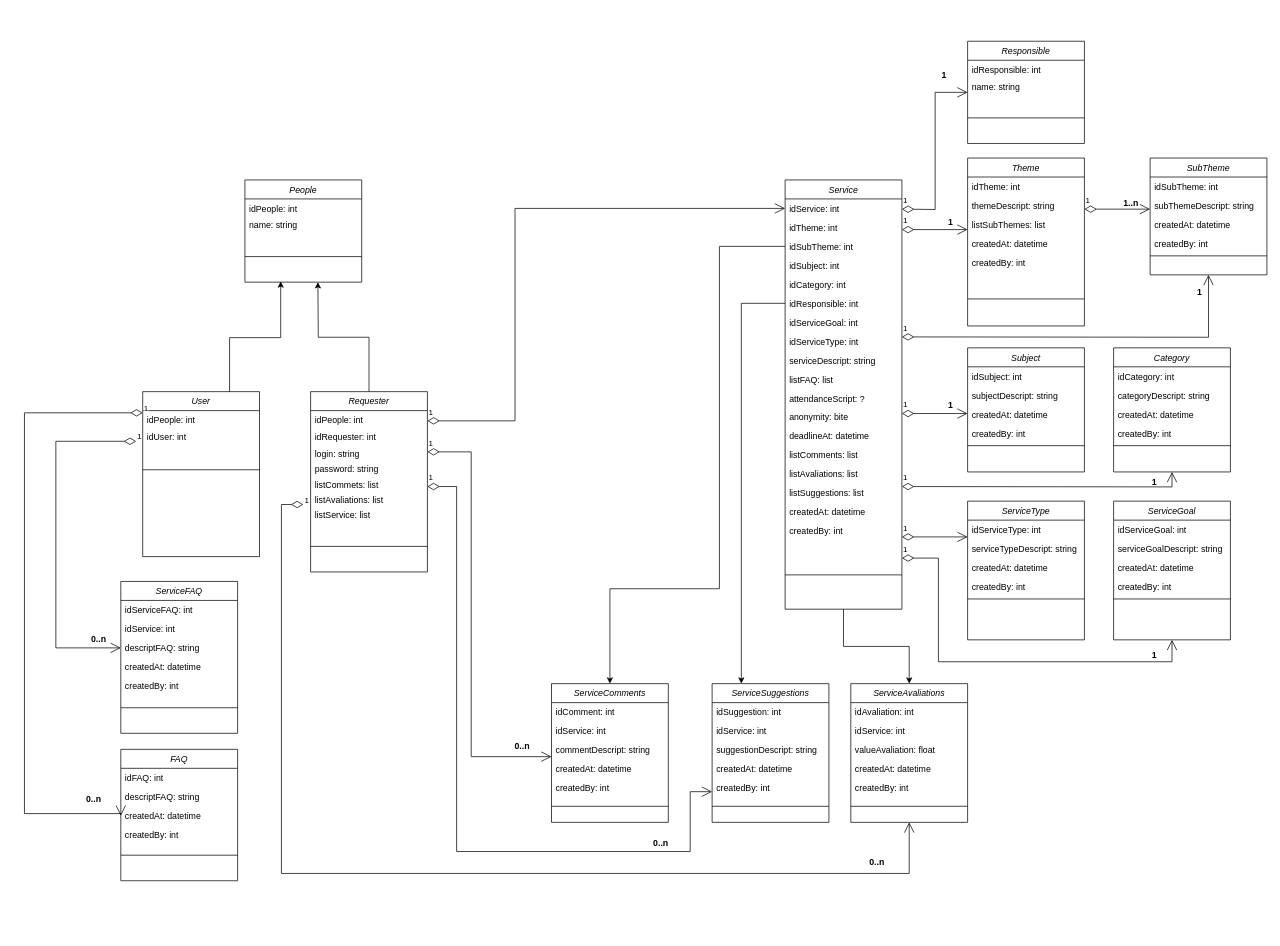
Earlier version of the draw.io diagram diagramaclasseCMS.drawio (scsoliveira/POO-CSharp). Source tidied: cells renumbered, new cells numbered last; positions are measured from the earlier drawing's top-left corner, leaving out a move shared by most shapes. Both pictures are drawn from the tidied source at 73%, with x=0, y=0 at pixel (24, 41).
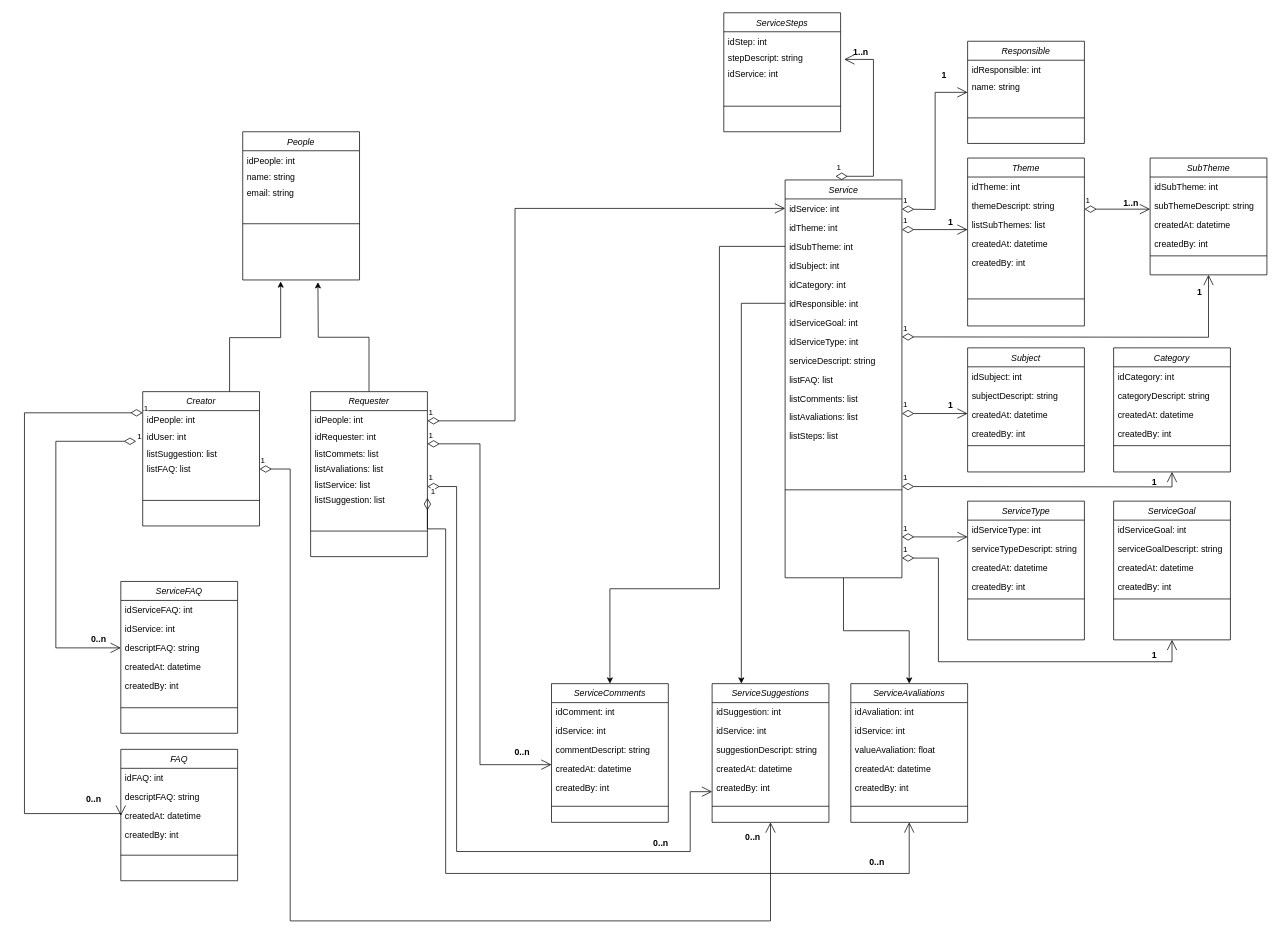
Above is the later version.

The change refers to these unchanged cells:
```xml
<mxCell id="6" value="createdAt: datetime" style="text;align=left;verticalAlign=top;spacingLeft=4;spacingRight=4;overflow=hidden;points=[[0,0.5],[1,0.5]];portConstraint=eastwest;rounded=0;shadow=0;html=0;" parent="2" vertex="1">
  <mxGeometry y="104" width="160" height="26" as="geometry" />
</mxCell>
<mxCell id="22" value="ServiceAvaliations" style="swimlane;fontStyle=2;align=center;verticalAlign=top;horizontal=1;startSize=26;rounded=0;shadow=0;strokeWidth=1;" parent="1" vertex="1">
  <mxGeometry x="1132" y="880" width="160" height="190" as="geometry" />
</mxCell>
<mxCell id="107" value="ServiceSuggestions" style="swimlane;fontStyle=2;align=center;verticalAlign=top;horizontal=1;startSize=26;rounded=0;shadow=0;strokeWidth=1;" parent="1" vertex="1">
  <mxGeometry x="942" y="880" width="160" height="190" as="geometry" />
</mxCell>
```

Change to the diagram source:
```diff
@@
-    <mxCell id="10" value="User" style="swimlane;fontStyle=2;align=center;verticalAlign=top;horizontal=1;startSize=26;rounded=0;shadow=0;strokeWidth=1;" parent="1" vertex="1">
-      <mxGeometry x="162" y="480" width="160" height="226" as="geometry" />
+    <mxCell id="10" value="Creator" style="swimlane;fontStyle=2;align=center;verticalAlign=top;horizontal=1;startSize=26;rounded=0;shadow=0;strokeWidth=1;" parent="1" vertex="1">
+      <mxGeometry x="162" y="480" width="160" height="184" as="geometry" />
     </mxCell>
@@
+    <mxCell id="145" value="listSuggestion: list" style="text;align=left;verticalAlign=top;spacingLeft=4;spacingRight=4;overflow=hidden;" parent="10" vertex="1">
+      <mxGeometry y="72" width="160" height="21" as="geometry" />
+    </mxCell>
+    <mxCell id="146" value="listFAQ: list" style="text;align=left;verticalAlign=top;spacingLeft=4;spacingRight=4;overflow=hidden;" parent="10" vertex="1">
+      <mxGeometry y="93" width="160" height="21" as="geometry" />
+    </mxCell>
     <mxCell id="14" style="line;html=1;strokeWidth=1;align=left;verticalAlign=middle;spacingTop=-1;spacingLeft=3;spacingRight=3;labelPosition=right;" parent="10" vertex="1">
-      <mxGeometry y="72" width="160" height="70" as="geometry" />
+      <mxGeometry y="114" width="160" height="70" as="geometry" />
     </mxCell>
@@
     <mxCell id="40" value="Service" style="swimlane;fontStyle=2;align=center;verticalAlign=top;horizontal=1;startSize=26;rounded=0;shadow=0;strokeWidth=1;" parent="1" vertex="1">
-      <mxGeometry x="1042" y="190" width="160" height="588" as="geometry" />
+      <mxGeometry x="1042" y="190" width="160" height="545" as="geometry" />
     </mxCell>
@@
-    <mxCell id="51" value="attendanceScript: ?" style="text;align=left;verticalAlign=top;spacingLeft=4;spacingRight=4;overflow=hidden;rounded=0;shadow=0;html=0;" parent="40" vertex="1">
-      <mxGeometry y="286" width="160" height="26" as="geometry" />
-    </mxCell>
-    <mxCell id="52" value="anonymity: bite" style="text;align=left;verticalAlign=top;spacingLeft=4;spacingRight=4;overflow=hidden;rounded=0;shadow=0;html=0;" parent="40" vertex="1">
-      <mxGeometry y="312" width="160" height="26" as="geometry" />
-    </mxCell>
-    <mxCell id="53" value="deadlineAt: datetime" style="text;align=left;verticalAlign=top;spacingLeft=4;spacingRight=4;overflow=hidden;rounded=0;shadow=0;html=0;" parent="40" vertex="1">
-      <mxGeometry y="338" width="160" height="26" as="geometry" />
-    </mxCell>
     <mxCell id="54" value="listComments: list" style="text;align=left;verticalAlign=top;spacingLeft=4;spacingRight=4;overflow=hidden;rounded=0;shadow=0;html=0;" parent="40" vertex="1">
-      <mxGeometry y="364" width="160" height="26" as="geometry" />
+      <mxGeometry y="286" width="160" height="26" as="geometry" />
     </mxCell>
     <mxCell id="55" value="listAvaliations: list" style="text;align=left;verticalAlign=top;spacingLeft=4;spacingRight=4;overflow=hidden;rounded=0;shadow=0;html=0;" parent="40" vertex="1">
-      <mxGeometry y="390" width="160" height="26" as="geometry" />
+      <mxGeometry y="312" width="160" height="26" as="geometry" />
     </mxCell>
-    <mxCell id="56" value="listSuggestions: list" style="text;align=left;verticalAlign=top;spacingLeft=4;spacingRight=4;overflow=hidden;rounded=0;shadow=0;html=0;" parent="40" vertex="1">
-      <mxGeometry y="416" width="160" height="26" as="geometry" />
-    </mxCell>
-    <mxCell id="57" value="createdAt: datetime" style="text;align=left;verticalAlign=top;spacingLeft=4;spacingRight=4;overflow=hidden;rounded=0;shadow=0;html=0;" parent="40" vertex="1">
-      <mxGeometry y="442" width="160" height="26" as="geometry" />
-    </mxCell>
-    <mxCell id="58" value="createdBy: int " style="text;align=left;verticalAlign=top;spacingLeft=4;spacingRight=4;overflow=hidden;rounded=0;shadow=0;html=0;" parent="40" vertex="1">
-      <mxGeometry y="468" width="160" height="26" as="geometry" />
-    </mxCell>
+    <mxCell id="147" value="listSteps: list" style="text;align=left;verticalAlign=top;spacingLeft=4;spacingRight=4;overflow=hidden;rounded=0;shadow=0;html=0;" parent="40" vertex="1">
+      <mxGeometry y="338" width="160" height="26" as="geometry" />
+    </mxCell>
     <mxCell id="59" style="line;html=1;strokeWidth=1;align=left;verticalAlign=middle;spacingTop=-1;spacingLeft=3;spacingRight=3;labelPosition=right;" parent="40" vertex="1">
-      <mxGeometry y="494" width="160" height="94" as="geometry" />
+      <mxGeometry y="364" width="160" height="121" as="geometry" />
     </mxCell>
@@
     <mxCell id="93" value="Requester" style="swimlane;fontStyle=2;align=center;verticalAlign=top;horizontal=1;startSize=26;rounded=0;shadow=0;strokeWidth=1;" parent="1" vertex="1">
-      <mxGeometry x="392" y="480" width="160" height="247" as="geometry" />
+      <mxGeometry x="392" y="480" width="160" height="226" as="geometry" />
     </mxCell>
@@
-    <mxCell id="96" value="login: string" style="text;align=left;verticalAlign=top;spacingLeft=4;spacingRight=4;overflow=hidden;points=[[0,0.5],[1,0.5]];portConstraint=eastwest;" parent="93" vertex="1">
-      <mxGeometry y="72" width="160" height="21" as="geometry" />
-    </mxCell>
-    <mxCell id="97" value="password: string" style="text;align=left;verticalAlign=top;spacingLeft=4;spacingRight=4;overflow=hidden;" parent="93" vertex="1">
-      <mxGeometry y="93" width="160" height="21" as="geometry" />
-    </mxCell>
     <mxCell id="98" value="listCommets: list" style="text;align=left;verticalAlign=top;spacingLeft=4;spacingRight=4;overflow=hidden;" parent="93" vertex="1">
-      <mxGeometry y="114" width="160" height="21" as="geometry" />
+      <mxGeometry y="72" width="160" height="21" as="geometry" />
     </mxCell>
     <mxCell id="99" value="listAvaliations: list" style="text;align=left;verticalAlign=top;spacingLeft=4;spacingRight=4;overflow=hidden;" parent="93" vertex="1">
-      <mxGeometry y="135" width="160" height="21" as="geometry" />
+      <mxGeometry y="93" width="160" height="21" as="geometry" />
     </mxCell>
-    <mxCell id="100" value="1" style="endArrow=open;html=1;endSize=12;startArrow=diamondThin;startSize=14;startFill=0;edgeStyle=orthogonalEdgeStyle;align=left;verticalAlign=bottom;rounded=0;entryX=0.5;entryY=1;entryDx=0;entryDy=0;" parent="93" edge="1" target="22">
-      <mxGeometry x="-1" y="3" relative="1" as="geometry">
-        <mxPoint x="-10" y="154.6" as="sourcePoint" />
-        <Array as="points">
-          <mxPoint x="-40" y="155" />
-          <mxPoint x="-40" y="660" />
-          <mxPoint x="820" y="660" />
-        </Array>
-      </mxGeometry>
-    </mxCell>
     <mxCell id="101" value="listService: list" style="text;align=left;verticalAlign=top;spacingLeft=4;spacingRight=4;overflow=hidden;" parent="93" vertex="1">
-      <mxGeometry y="156" width="160" height="21" as="geometry" />
+      <mxGeometry y="114" width="160" height="21" as="geometry" />
     </mxCell>
+    <mxCell id="148" value="listSuggestion: list" style="text;align=left;verticalAlign=top;spacingLeft=4;spacingRight=4;overflow=hidden;points=[[0,0.5],[1,0.5]];portConstraint=eastwest;" parent="93" vertex="1">
+      <mxGeometry y="135" width="160" height="21" as="geometry" />
+    </mxCell>
     <mxCell id="102" style="line;html=1;strokeWidth=1;align=left;verticalAlign=middle;spacingTop=-1;spacingLeft=3;spacingRight=3;labelPosition=right;" parent="93" vertex="1">
-      <mxGeometry y="177" width="160" height="70" as="geometry" />
+      <mxGeometry y="156" width="160" height="70" as="geometry" />
     </mxCell>
     <mxCell id="103" value="People" style="swimlane;fontStyle=2;align=center;verticalAlign=top;horizontal=1;startSize=26;rounded=0;shadow=0;strokeWidth=1;" parent="1" vertex="1">
-      <mxGeometry x="302" y="190" width="160" height="140" as="geometry" />
+      <mxGeometry x="299" y="124" width="160" height="203" as="geometry" />
     </mxCell>
@@
+    <mxCell id="149" value="email: string" style="text;align=left;verticalAlign=top;spacingLeft=4;spacingRight=4;overflow=hidden;" parent="103" vertex="1">
+      <mxGeometry y="70" width="160" height="21" as="geometry" />
+    </mxCell>
     <mxCell id="106" style="line;html=1;strokeWidth=1;align=left;verticalAlign=middle;spacingTop=-1;spacingLeft=3;spacingRight=3;labelPosition=right;" parent="103" vertex="1">
-      <mxGeometry y="70" width="160" height="70" as="geometry" />
+      <mxGeometry y="91" width="160" height="70" as="geometry" />
     </mxCell>
@@
-    <mxCell id="123" value="1" style="endArrow=open;html=1;endSize=12;startArrow=diamondThin;startSize=14;startFill=0;edgeStyle=orthogonalEdgeStyle;align=left;verticalAlign=bottom;rounded=0;entryX=0;entryY=-0.154;entryDx=0;entryDy=0;entryPerimeter=0;exitX=1;exitY=0.5;exitDx=0;exitDy=0;" parent="1" edge="1" source="96" target="6">
+    <mxCell id="123" value="1" style="endArrow=open;html=1;endSize=12;startArrow=diamondThin;startSize=14;startFill=0;edgeStyle=orthogonalEdgeStyle;align=left;verticalAlign=bottom;rounded=0;entryX=0;entryY=-0.154;entryDx=0;entryDy=0;entryPerimeter=0;exitX=1;exitY=0.5;exitDx=0;exitDy=0;" parent="1" edge="1">
       <mxGeometry x="-1" y="3" relative="1" as="geometry">
+        <mxPoint x="552" y="551.5" as="sourcePoint" />
+        <mxPoint x="722" y="991" as="targetPoint" />
         <Array as="points">
-          <mxPoint x="612" y="563" />
-          <mxPoint x="612" y="980" />
+          <mxPoint x="624" y="552" />
+          <mxPoint x="624" y="991" />
         </Array>
       </mxGeometry>
     </mxCell>
@@
     <mxCell id="142" value="0..n" style="text;align=center;fontStyle=1;verticalAlign=middle;spacingLeft=3;spacingRight=3;strokeColor=none;" parent="1" vertex="1">
-      <mxGeometry x="642" y="952" width="80" height="26" as="geometry" />
+      <mxGeometry x="642" y="960" width="80" height="26" as="geometry" />
     </mxCell>
@@
+    <mxCell id="100" value="1" style="endArrow=open;html=1;endSize=12;startArrow=diamondThin;startSize=14;startFill=0;edgeStyle=orthogonalEdgeStyle;align=left;verticalAlign=bottom;rounded=0;entryX=0.5;entryY=1;entryDx=0;entryDy=0;exitX=1;exitY=0.5;exitDx=0;exitDy=0;" parent="1" edge="1" source="148" target="22">
+      <mxGeometry x="-1" y="3" relative="1" as="geometry">
+        <Array as="points">
+          <mxPoint x="577" y="668" />
+          <mxPoint x="577" y="1140" />
+          <mxPoint x="1212" y="1140" />
+        </Array>
+      </mxGeometry>
+    </mxCell>
+    <mxCell id="150" value="1" style="endArrow=open;html=1;endSize=12;startArrow=diamondThin;startSize=14;startFill=0;edgeStyle=orthogonalEdgeStyle;align=left;verticalAlign=bottom;rounded=0;entryX=0.5;entryY=1;entryDx=0;entryDy=0;" parent="1" edge="1" target="107">
+      <mxGeometry x="-1" y="3" relative="1" as="geometry">
+        <mxPoint x="322" y="586" as="sourcePoint" />
+        <Array as="points">
+          <mxPoint x="364" y="586" />
+          <mxPoint x="364" y="1205" />
+          <mxPoint x="1022" y="1205" />
+        </Array>
+      </mxGeometry>
+    </mxCell>
+    <mxCell id="151" value="0..n" style="text;align=center;fontStyle=1;verticalAlign=middle;spacingLeft=3;spacingRight=3;strokeColor=none;" parent="1" vertex="1">
+      <mxGeometry x="958" y="1077" width="80" height="26" as="geometry" />
+    </mxCell>
+    <mxCell id="152" value="ServiceSteps" style="swimlane;fontStyle=2;align=center;verticalAlign=top;horizontal=1;startSize=26;rounded=0;shadow=0;strokeWidth=1;" parent="1" vertex="1">
+      <mxGeometry x="958" y="-39" width="160" height="163" as="geometry" />
+    </mxCell>
+    <mxCell id="153" value="idStep: int " style="text;align=left;verticalAlign=top;spacingLeft=4;spacingRight=4;overflow=hidden;" parent="152" vertex="1">
+      <mxGeometry y="26" width="160" height="23" as="geometry" />
+    </mxCell>
+    <mxCell id="154" value="stepDescript: string" style="text;align=left;verticalAlign=top;spacingLeft=4;spacingRight=4;overflow=hidden;" parent="152" vertex="1">
+      <mxGeometry y="49" width="160" height="21" as="geometry" />
+    </mxCell>
+    <mxCell id="155" value="idService: int " style="text;align=left;verticalAlign=top;spacingLeft=4;spacingRight=4;overflow=hidden;points=[[0,0.5],[1,0.5]];portConstraint=eastwest;" parent="152" vertex="1">
+      <mxGeometry y="70" width="160" height="23" as="geometry" />
+    </mxCell>
+    <mxCell id="156" style="line;html=1;strokeWidth=1;align=left;verticalAlign=middle;spacingTop=-1;spacingLeft=3;spacingRight=3;labelPosition=right;" parent="152" vertex="1">
+      <mxGeometry y="93" width="160" height="70" as="geometry" />
+    </mxCell>
+    <mxCell id="157" value="1" style="endArrow=open;html=1;endSize=12;startArrow=diamondThin;startSize=14;startFill=0;edgeStyle=orthogonalEdgeStyle;align=left;verticalAlign=bottom;rounded=0;entryX=1.031;entryY=-0.267;entryDx=0;entryDy=0;entryPerimeter=0;" parent="1" edge="1" target="155">
+      <mxGeometry x="-1" y="3" relative="1" as="geometry">
+        <mxPoint x="1111" y="185" as="sourcePoint" />
+        <Array as="points">
+          <mxPoint x="1163" y="185" />
+          <mxPoint x="1163" y="25" />
+        </Array>
+      </mxGeometry>
+    </mxCell>
+    <mxCell id="158" value="1..n" style="text;align=center;fontStyle=1;verticalAlign=middle;spacingLeft=3;spacingRight=3;strokeColor=none;" parent="1" vertex="1">
+      <mxGeometry x="1106" y="2" width="80" height="26" as="geometry" />
+    </mxCell>
```
